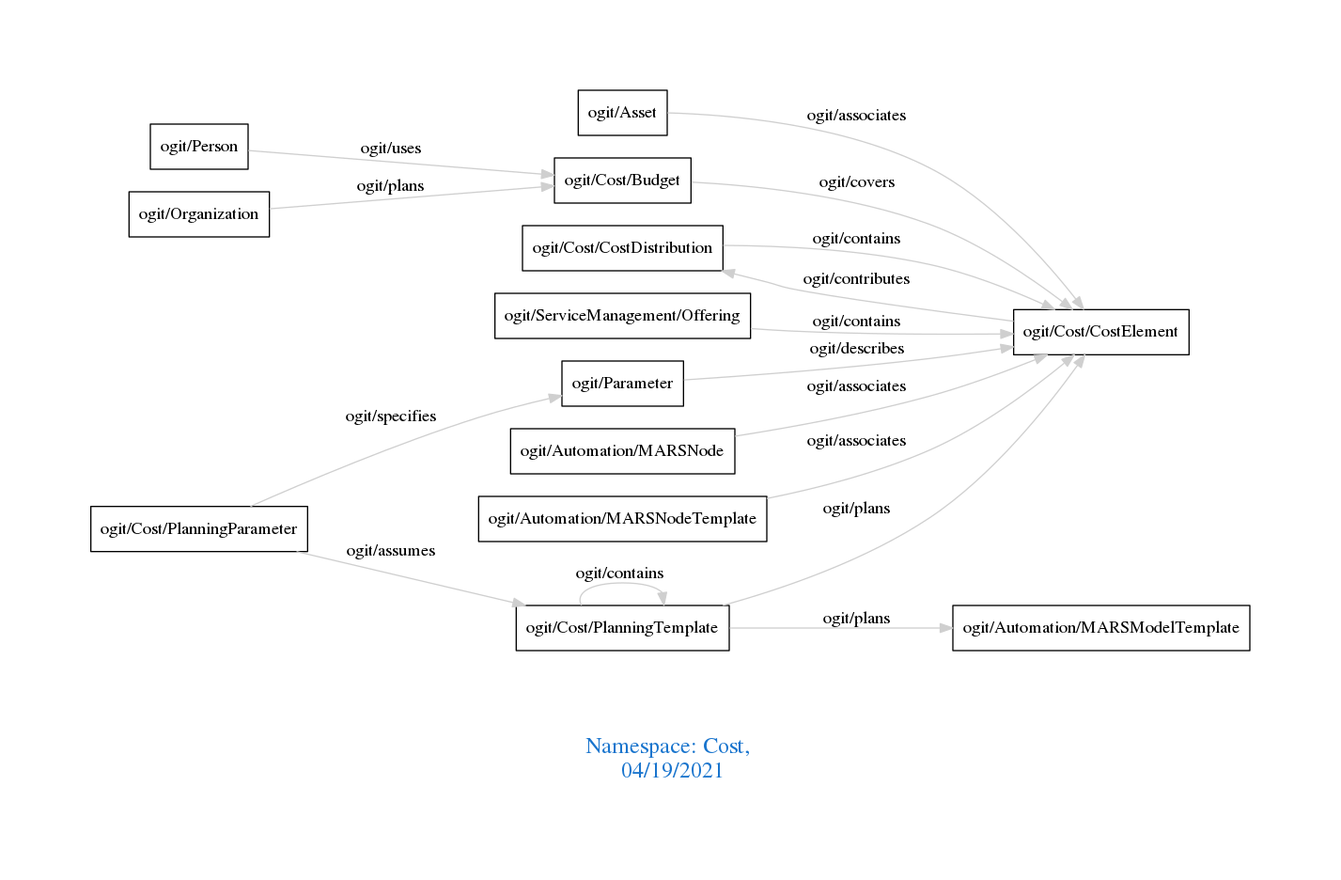
Above: downloads/Cost.png in arago/OGIT (Graphviz), before the change. Its source is kept beside it as downloads/Cost.dot.
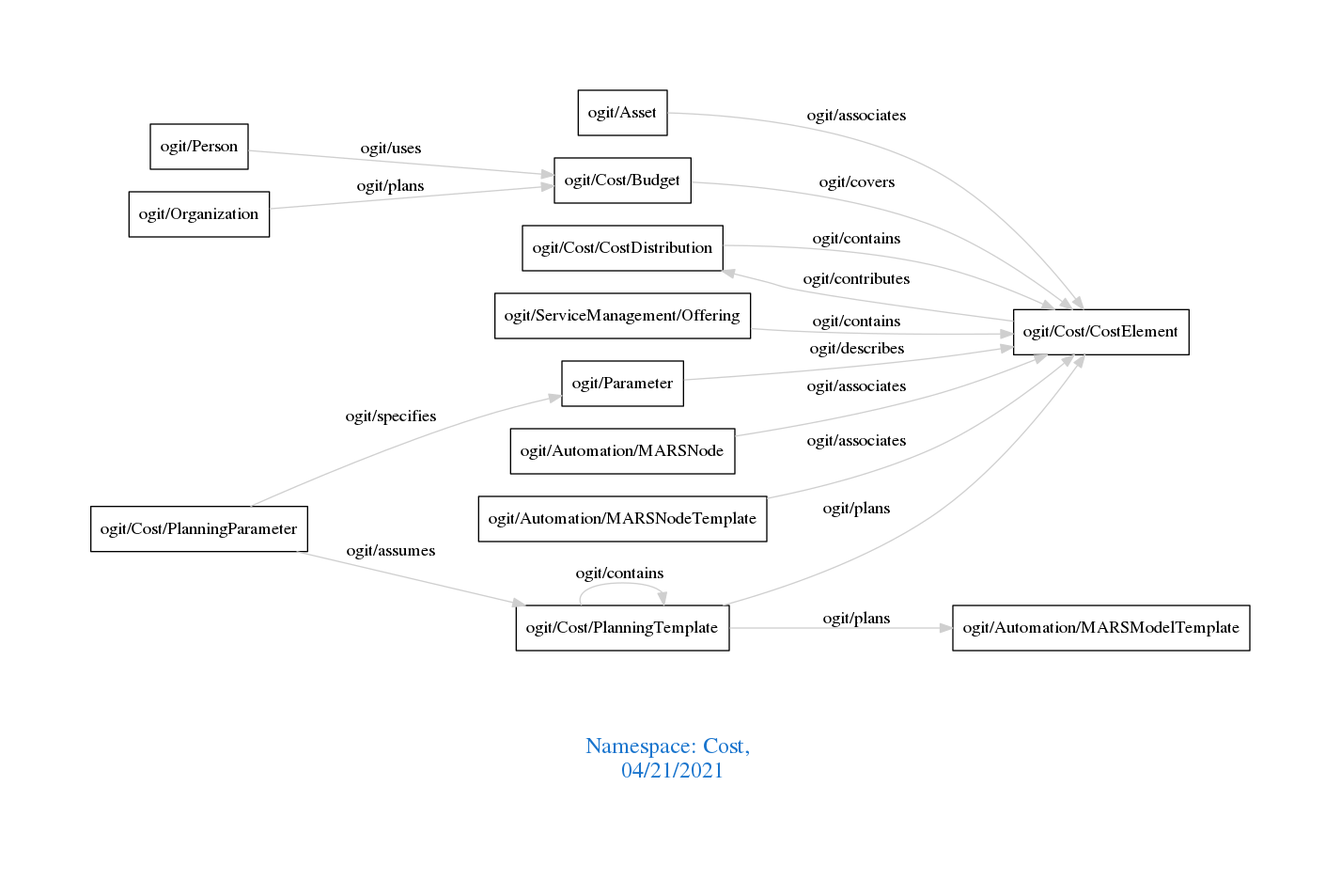
Above is the later version.

What changed in the source:
```diff
@@ -1,7 +1,7 @@
 digraph OGIT_ontology {
  graph [ rankdir= LR,pad=1
 fontsize = 18,
-fontcolor= dodgerblue3,label = "\n\n\nNamespace: Cost, \n 04/19/2021"];
+fontcolor= dodgerblue3,label = "\n\n\nNamespace: Cost, \n 04/21/2021"];
 node[shape=polygon];
 edge [  color="gray81"];
 
```
